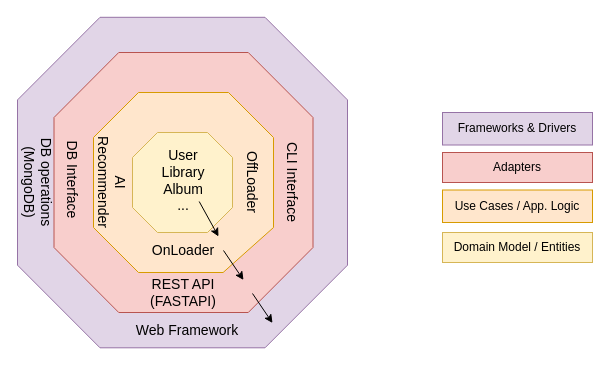
Before: docs/arch.drawio in mu-ski/muski-vml, a draw.io diagram. Source tidied: cells renumbered, new cells numbered last; positions are measured from the earlier drawing's top-left corner, leaving out a move shared by most shapes. Both pictures are drawn from the tidied source at 100%, with x=0, y=0 at pixel (-16, 17).
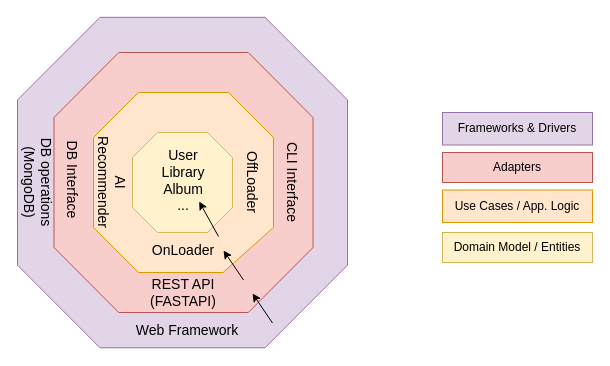
After the change.

Commit message (it also covers changes not shown here):
updated architecture diagram

Diff of the diagram source:
```diff
@@
-    <mxCell id="19" style="endArrow=classic;html=1;rounded=0;fontSize=12;" parent="1" edge="1">
+    <mxCell id="19" style="endArrow=none;html=1;rounded=0;fontSize=12;endFill=0;startArrow=classic;startFill=1;" parent="1" edge="1">
       <mxGeometry relative="1" as="geometry">
         <mxPoint x="214.7" y="184" as="sourcePoint" />
         <mxPoint x="234" y="219" as="targetPoint" />
       </mxGeometry>
     </mxCell>
-    <mxCell id="20" style="endArrow=classic;html=1;rounded=0;fontSize=12;entryX=1;entryY=0.5;entryDx=0;entryDy=0;" parent="1" edge="1">
+    <mxCell id="20" style="endArrow=none;html=1;rounded=0;fontSize=12;entryX=1;entryY=0.5;entryDx=0;entryDy=0;endFill=0;startArrow=classic;startFill=1;" parent="1" edge="1">
       <mxGeometry relative="1" as="geometry">
         <mxPoint x="239" y="233" as="sourcePoint" />
         <mxPoint x="259" y="262.5" as="targetPoint" />
       </mxGeometry>
     </mxCell>
-    <mxCell id="21" style="endArrow=classic;html=1;rounded=0;fontSize=12;entryX=1;entryY=0.5;entryDx=0;entryDy=0;" parent="1" edge="1">
+    <mxCell id="21" style="endArrow=none;html=1;rounded=0;fontSize=12;entryX=1;entryY=0.5;entryDx=0;entryDy=0;startArrow=classic;startFill=1;endFill=0;" parent="1" edge="1">
       <mxGeometry relative="1" as="geometry">
         <mxPoint x="268" y="276" as="sourcePoint" />
         <mxPoint x="288" y="305.5" as="targetPoint" />
       </mxGeometry>
     </mxCell>
```
